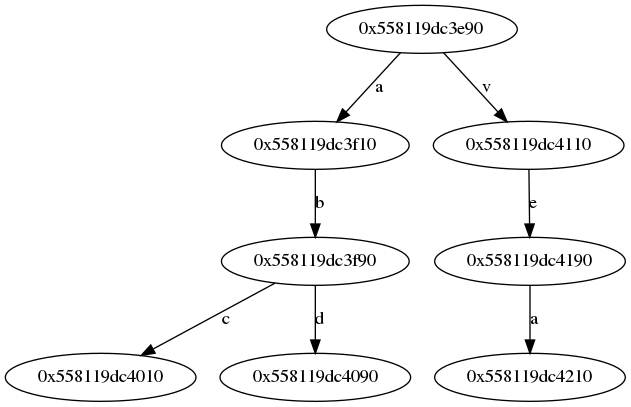
ReposAcces/AutomatonMinimization keeps this Graphviz diagram as Trie/AFD.png. Above is the earlier version. Its source is kept beside it as Trie/AFD.dot. Source of this version:
```dot
digraph ll {
	"0x558119dc3e90" -> "0x558119dc3f10" [label=a];
	"0x558119dc3e90" -> "0x558119dc4110" [label=v];
	"0x558119dc3f10" -> "0x558119dc3f90" [label=b];
	"0x558119dc4110" -> "0x558119dc4190" [label=e];
	"0x558119dc3f90" -> "0x558119dc4010" [label=c];
	"0x558119dc3f90" -> "0x558119dc4090" [label=d];
	"0x558119dc4190" -> "0x558119dc4210" [label=a];
}
```
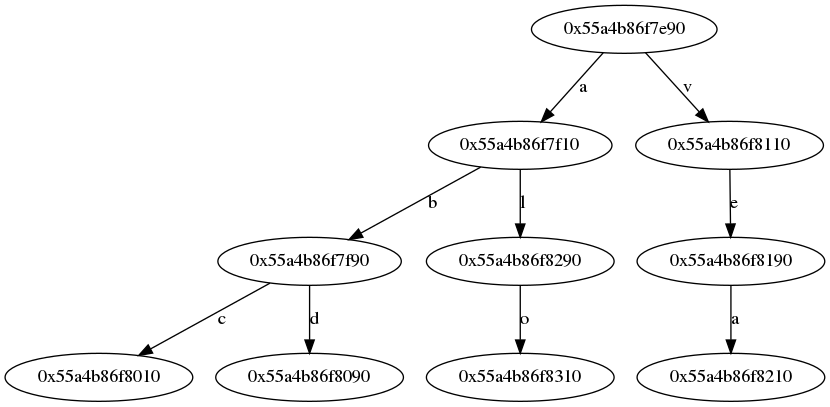
Above is the later version.

Diff of the diagram source:
```diff
@@ -1,9 +1,9 @@
 digraph ll {
-	"0x558119dc3e90" -> "0x558119dc3f10" [label=a];
-	"0x558119dc3e90" -> "0x558119dc4110" [label=v];
-	"0x558119dc3f10" -> "0x558119dc3f90" [label=b];
-	"0x558119dc4110" -> "0x558119dc4190" [label=e];
-	"0x558119dc3f90" -> "0x558119dc4010" [label=c];
-	"0x558119dc3f90" -> "0x558119dc4090" [label=d];
-	"0x558119dc4190" -> "0x558119dc4210" [label=a];
+	0x55fa37ca2e90[shape=Mrecord, style=filled, fillcolor=#02ff14, label="{ <data> 0x55fa37ca2e90 | <ew> 0 }"];
+	0x55fa37ca2e90[shape=Mrecord, style=filled, fillcolor=#02ff14, label="{ <data> 0x55fa37ca2e90 | <ew> 0 }"];
+	0x55fa37ca2f10[shape=Mrecord, style=filled, fillcolor=#02ff14, label="{ <data> 0x55fa37ca2f10 | <ew> 1 }"];
+	0x55fa37ca3110[shape=Mrecord, style=filled, fillcolor=#02ff14, label="{ <data> 0x55fa37ca3110 | <ew> 0 }"];
+	0x55fa37ca2f90[shape=Mrecord, style=filled, fillcolor=#02ff14, label="{ <data> 0x55fa37ca2f90 | <ew> 0 }"];
+	0x55fa37ca2f90[shape=Mrecord, style=filled, fillcolor=#02ff14, label="{ <data> 0x55fa37ca2f90 | <ew> 0 }"];
+	0x55fa37ca3190[shape=Mrecord, style=filled, fillcolor=#02ff14, label="{ <data> 0x55fa37ca3190 | <ew> 0 }"];
 }
```
